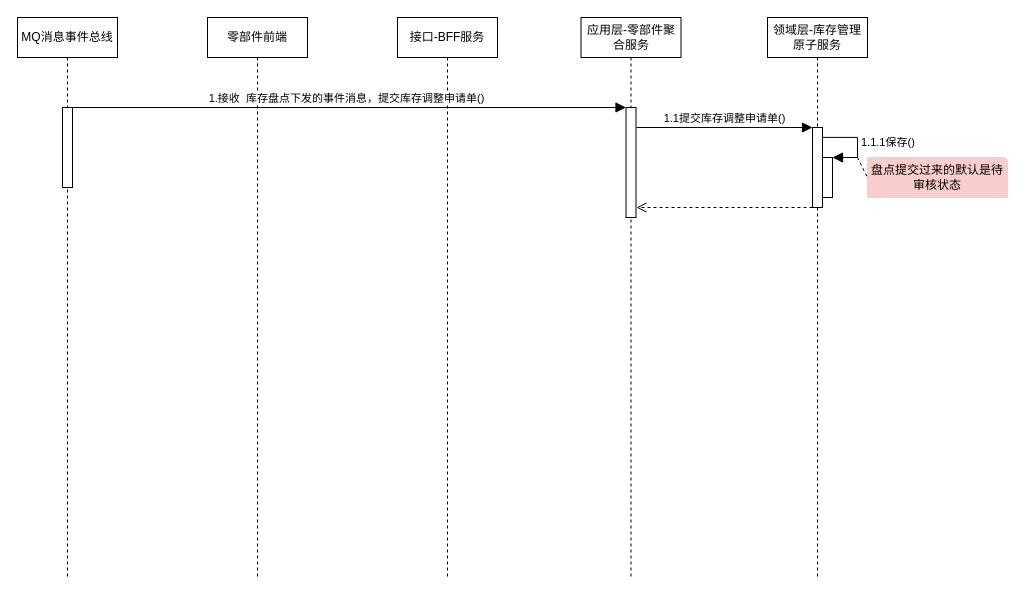
Earlier version of the draw.io diagram page "创建-行为图" (2 of 4) of 库存调整申请单.drawio (1132489442/gitRepository1). Source tidied: cells renumbered, new cells numbered last; positions are measured from the earlier drawing's top-left corner, leaving out a move shared by most shapes. Both pictures are drawn from the tidied source at 100%, with x=0, y=0 at pixel (17, 17).
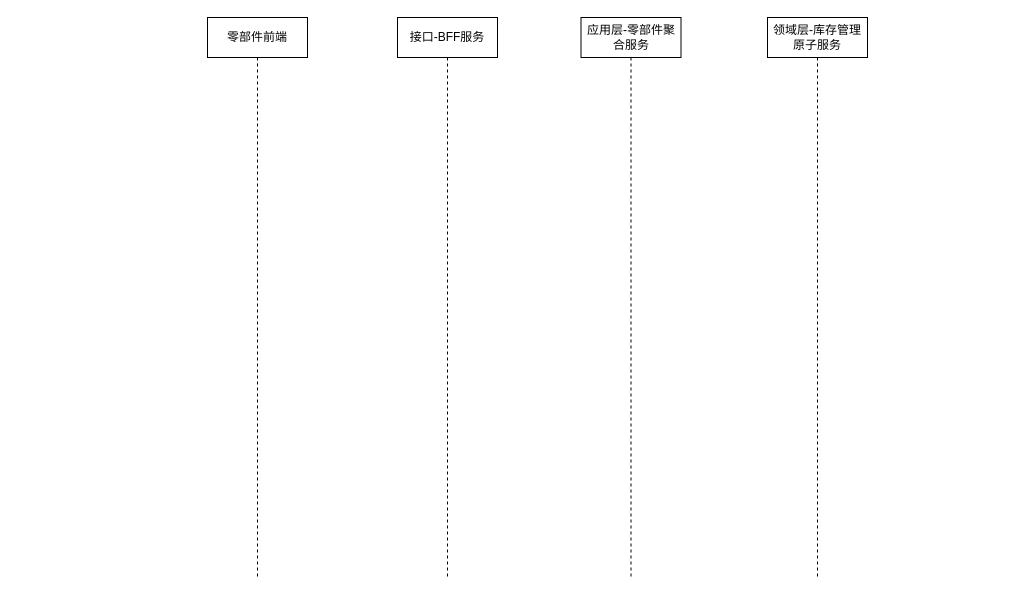
After the change.

The change refers to these unchanged cells:
```xml
<mxCell id="3" value="应用层-零部件聚合服务" style="shape=umlLifeline;perimeter=lifelinePerimeter;whiteSpace=wrap;html=1;labelBackgroundColor=#FFFFFF;strokeColor=default;fillColor=default;" parent="1" vertex="1">
  <mxGeometry x="563.5" width="100" height="560" as="geometry" />
</mxCell>
<mxCell id="5" value="领域层-库存管理原子服务" style="shape=umlLifeline;perimeter=lifelinePerimeter;whiteSpace=wrap;html=1;labelBackgroundColor=#FFFFFF;strokeColor=default;fillColor=default;" parent="1" vertex="1">
  <mxGeometry x="750" width="100" height="560" as="geometry" />
</mxCell>
```

What changed in the source:
```diff
@@
-    <mxCell id="4" style="html=1;points=[];perimeter=orthogonalPerimeter;labelBackgroundColor=#FFFFFF;strokeColor=default;fillColor=default;" parent="3" vertex="1">
-      <mxGeometry x="45" y="90" width="10" height="110" as="geometry" />
-    </mxCell>
@@
-    <mxCell id="6" style="html=1;points=[];perimeter=orthogonalPerimeter;labelBackgroundColor=#FFFFFF;strokeColor=default;fillColor=default;" parent="5" vertex="1">
-      <mxGeometry x="45" y="110" width="10" height="80" as="geometry" />
-    </mxCell>
-    <mxCell id="7" style="html=1;points=[];perimeter=orthogonalPerimeter;labelBackgroundColor=#FFFFFF;strokeColor=default;fillColor=default;" parent="5" vertex="1">
-      <mxGeometry x="55" y="140" width="10" height="40" as="geometry" />
-    </mxCell>
-    <mxCell id="8" value="1.1.1保存()" style="edgeStyle=orthogonalEdgeStyle;html=1;align=left;spacingLeft=2;endArrow=block;rounded=0;entryX=1;entryY=0;startSize=14;endSize=8;exitX=1.036;exitY=0.124;exitDx=0;exitDy=0;exitPerimeter=0;" parent="5" edge="1" source="6" target="7">
-      <mxGeometry relative="1" as="geometry">
-        <Array as="points">
-          <mxPoint x="90" y="120" />
-          <mxPoint x="90" y="140" />
-        </Array>
-      </mxGeometry>
-    </mxCell>
@@
-    <mxCell id="10" value="MQ消息事件总线" style="shape=umlLifeline;perimeter=lifelinePerimeter;whiteSpace=wrap;html=1;labelBackgroundColor=#FFFFFF;strokeColor=default;fillColor=default;" parent="1" vertex="1">
-      <mxGeometry width="100" height="560" as="geometry" />
-    </mxCell>
-    <mxCell id="11" style="html=1;perimeter=orthogonalPerimeter;labelBackgroundColor=#FFFFFF;strokeColor=default;fillColor=default;" parent="10" vertex="1">
-      <mxGeometry x="45" y="90" width="10" height="80" as="geometry" />
-    </mxCell>
-    <mxCell id="12" value="1.接收&amp;nbsp; 库存盘点下发的事件消息，提交库存调整申请单()" style="html=1;verticalAlign=bottom;endArrow=block;entryX=0;entryY=0;rounded=0;startSize=14;endSize=8;" parent="1" edge="1" target="4">
-      <mxGeometry relative="1" as="geometry">
-        <mxPoint x="50" y="90" as="sourcePoint" />
-      </mxGeometry>
-    </mxCell>
-    <mxCell id="13" value="1.1提交库存调整申请单()" style="html=1;verticalAlign=bottom;endArrow=block;entryX=0;entryY=0;rounded=0;startSize=14;endSize=8;" parent="1" edge="1" target="6">
-      <mxGeometry relative="1" as="geometry">
-        <mxPoint x="619" y="110" as="sourcePoint" />
-      </mxGeometry>
-    </mxCell>
-    <mxCell id="14" style="html=1;verticalAlign=bottom;endArrow=open;dashed=1;endSize=8;exitX=0;exitY=0.95;rounded=0;" parent="1" edge="1">
-      <mxGeometry relative="1" as="geometry">
-        <mxPoint x="795" y="190" as="sourcePoint" />
-        <mxPoint x="619" y="190" as="targetPoint" />
-      </mxGeometry>
-    </mxCell>
-    <mxCell id="15" value="&lt;span style=&quot;background-color: rgb(248 , 206 , 204)&quot;&gt;盘点提交过来的默认是待审核状态&lt;/span&gt;" style="shape=note;whiteSpace=wrap;html=1;backgroundOutline=1;darkOpacity=0.05;strokeColor=#F8CECC;fillColor=#f8cecc;size=3;" parent="1" vertex="1">
-      <mxGeometry x="850" y="140" width="140" height="40" as="geometry" />
-    </mxCell>
-    <mxCell id="16" style="endArrow=none;dashed=1;html=1;rounded=0;startSize=14;endSize=8;entryX=0;entryY=0.5;entryDx=0;entryDy=0;entryPerimeter=0;" parent="1" edge="1" target="15">
-      <mxGeometry relative="1" as="geometry">
-        <mxPoint x="840" y="140" as="sourcePoint" />
-      </mxGeometry>
-    </mxCell>
```
